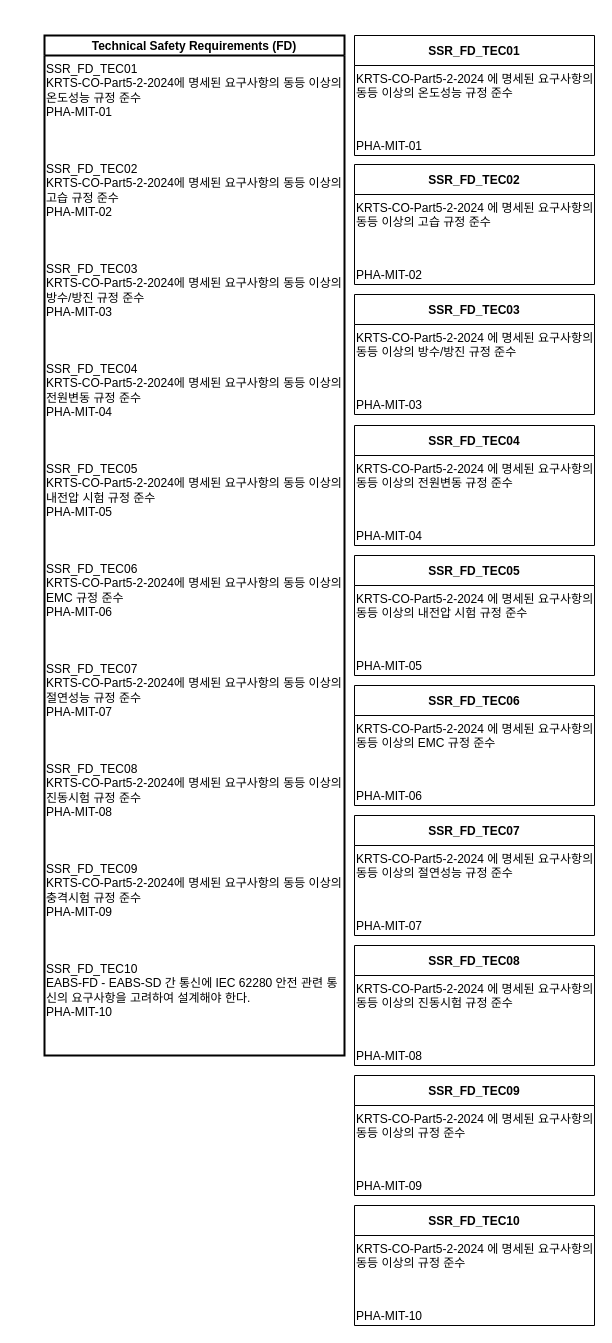
Earlier version of the draw.io diagram page "Technical Safety Requirements (FD)" (2 of 14) of EABS_SIL4/FCPU/SRS_to_Block_Diagram00.drawio (chillin2/MyDraw.io). Source tidied: cells renumbered, new cells numbered last; positions are measured from the earlier drawing's top-left corner, leaving out a move shared by most shapes. Both pictures are drawn from the tidied source at 100%, with x=0, y=0 at pixel (44, 35).
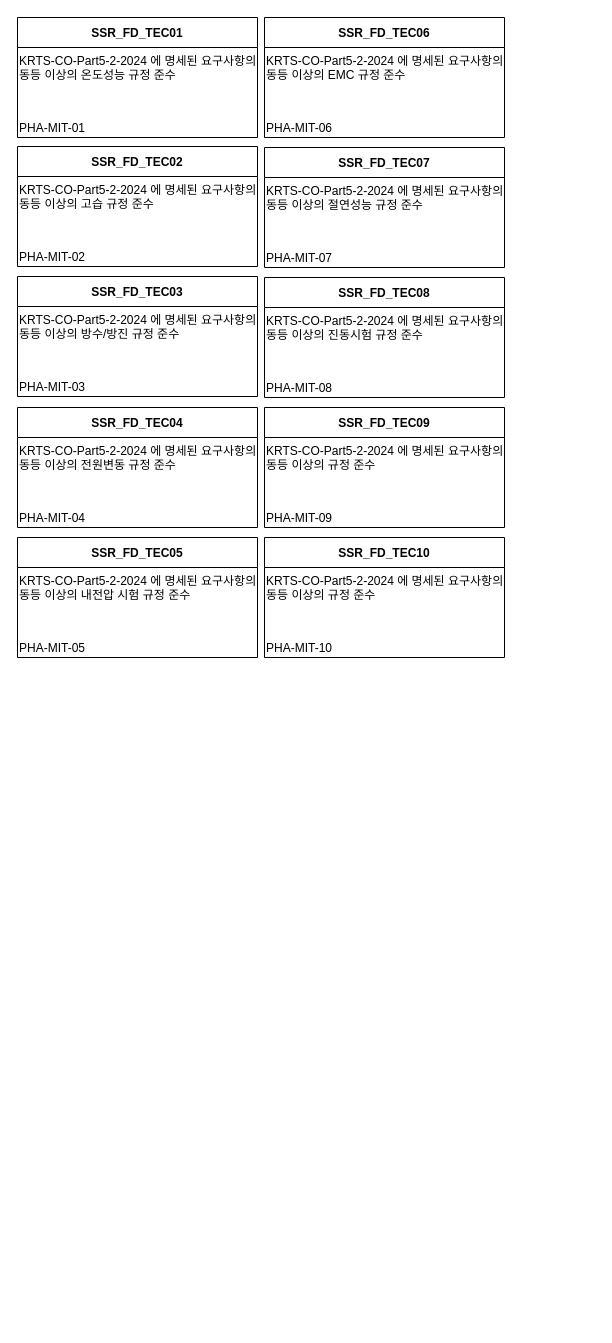
The same page after the edit.

Diff of the diagram source:
```diff
@@
-    <mxCell id="2" value="Technical Safety Requirements (FD)" style="swimlane;horizontal=1;startSize=20;strokeWidth=2;" parent="1" vertex="1">
-      <mxGeometry width="300" height="1020" as="geometry" />
-    </mxCell>
-    <mxCell id="3" value="SSR_FD_TEC01&#10;KRTS-CO-Part5-2-2024에 명세된 요구사항의 동등 이상의 온도성능 규정 준수&#10;PHA-MIT-01" style="text;strokeColor=none;fillColor=none;whiteSpace=wrap;" parent="2" vertex="1">
-      <mxGeometry y="20" width="300" height="100" as="geometry" />
-    </mxCell>
-    <mxCell id="4" value="SSR_FD_TEC02&#10;KRTS-CO-Part5-2-2024에 명세된 요구사항의 동등 이상의 고습 규정 준수&#10;PHA-MIT-02" style="text;strokeColor=none;fillColor=none;whiteSpace=wrap;" parent="2" vertex="1">
-      <mxGeometry y="120" width="300" height="100" as="geometry" />
-    </mxCell>
-    <mxCell id="5" value="SSR_FD_TEC03&#10;KRTS-CO-Part5-2-2024에 명세된 요구사항의 동등 이상의 방수/방진 규정 준수&#10;PHA-MIT-03" style="text;strokeColor=none;fillColor=none;whiteSpace=wrap;" parent="2" vertex="1">
-      <mxGeometry y="220" width="300" height="100" as="geometry" />
-    </mxCell>
-    <mxCell id="6" value="SSR_FD_TEC04&#10;KRTS-CO-Part5-2-2024에 명세된 요구사항의 동등 이상의 전원변동 규정 준수&#10;PHA-MIT-04" style="text;strokeColor=none;fillColor=none;whiteSpace=wrap;" parent="2" vertex="1">
-      <mxGeometry y="320" width="300" height="100" as="geometry" />
-    </mxCell>
-    <mxCell id="7" value="SSR_FD_TEC05&#10;KRTS-CO-Part5-2-2024에 명세된 요구사항의 동등 이상의 내전압 시험 규정 준수&#10;PHA-MIT-05" style="text;strokeColor=none;fillColor=none;whiteSpace=wrap;" parent="2" vertex="1">
-      <mxGeometry y="420" width="300" height="100" as="geometry" />
-    </mxCell>
-    <mxCell id="8" value="SSR_FD_TEC06&#10;KRTS-CO-Part5-2-2024에 명세된 요구사항의 동등 이상의 EMC 규정 준수&#10;PHA-MIT-06" style="text;strokeColor=none;fillColor=none;whiteSpace=wrap;" parent="2" vertex="1">
-      <mxGeometry y="520" width="300" height="100" as="geometry" />
-    </mxCell>
-    <mxCell id="9" value="SSR_FD_TEC07&#10;KRTS-CO-Part5-2-2024에 명세된 요구사항의 동등 이상의 절연성능 규정 준수&#10;PHA-MIT-07" style="text;strokeColor=none;fillColor=none;whiteSpace=wrap;" parent="2" vertex="1">
-      <mxGeometry y="620" width="300" height="100" as="geometry" />
-    </mxCell>
-    <mxCell id="10" value="SSR_FD_TEC08&#10;KRTS-CO-Part5-2-2024에 명세된 요구사항의 동등 이상의 진동시험 규정 준수&#10;PHA-MIT-08" style="text;strokeColor=none;fillColor=none;whiteSpace=wrap;" parent="2" vertex="1">
-      <mxGeometry y="720" width="300" height="100" as="geometry" />
-    </mxCell>
-    <mxCell id="11" value="SSR_FD_TEC09&#10;KRTS-CO-Part5-2-2024에 명세된 요구사항의 동등 이상의 충격시험 규정 준수&#10;PHA-MIT-09" style="text;strokeColor=none;fillColor=none;whiteSpace=wrap;" parent="2" vertex="1">
-      <mxGeometry y="820" width="300" height="100" as="geometry" />
-    </mxCell>
-    <mxCell id="12" value="SSR_FD_TEC10&#10;EABS-FD - EABS-SD 간 통신에 IEC 62280 안전 관련 통신의 요구사항을 고려하여 설계해야 한다.&#10;PHA-MIT-10" style="text;strokeColor=none;fillColor=none;whiteSpace=wrap;" parent="2" vertex="1">
-      <mxGeometry y="920" width="300" height="100" as="geometry" />
-    </mxCell>
     <mxCell id="13" value="SSR_FD_TEC01" style="swimlane;horizontal=1;startSize=30;" parent="1" vertex="1">
-      <mxGeometry x="310" width="240" height="120" as="geometry" />
+      <mxGeometry x="-27" y="-18" width="240" height="120" as="geometry" />
     </mxCell>
@@
     <mxCell id="16" value="SSR_FD_TEC02" style="swimlane;horizontal=1;startSize=30;" parent="1" vertex="1">
-      <mxGeometry x="310" y="129" width="240" height="120" as="geometry" />
+      <mxGeometry x="-27" y="111" width="240" height="120" as="geometry" />
     </mxCell>
@@
     <mxCell id="19" value="SSR_FD_TEC03" style="swimlane;horizontal=1;startSize=30;" parent="1" vertex="1">
-      <mxGeometry x="310" y="259" width="240" height="120" as="geometry" />
+      <mxGeometry x="-27" y="241" width="240" height="120" as="geometry" />
     </mxCell>
@@
     <mxCell id="22" value="SSR_FD_TEC04" style="swimlane;horizontal=1;startSize=30;" parent="1" vertex="1">
-      <mxGeometry x="310" y="390" width="240" height="120" as="geometry" />
+      <mxGeometry x="-27" y="372" width="240" height="120" as="geometry" />
     </mxCell>
@@
     <mxCell id="25" value="SSR_FD_TEC05" style="swimlane;horizontal=1;startSize=30;" parent="1" vertex="1">
-      <mxGeometry x="310" y="520" width="240" height="120" as="geometry" />
+      <mxGeometry x="-27" y="502" width="240" height="120" as="geometry" />
     </mxCell>
@@
     <mxCell id="28" value="SSR_FD_TEC06" style="swimlane;horizontal=1;startSize=30;" parent="1" vertex="1">
-      <mxGeometry x="310" y="650" width="240" height="120" as="geometry" />
+      <mxGeometry x="220" y="-18" width="240" height="120" as="geometry" />
     </mxCell>
@@
     <mxCell id="31" value="SSR_FD_TEC07" style="swimlane;horizontal=1;startSize=30;" parent="1" vertex="1">
-      <mxGeometry x="310" y="780" width="240" height="120" as="geometry" />
+      <mxGeometry x="220" y="112" width="240" height="120" as="geometry" />
     </mxCell>
@@
     <mxCell id="34" value="SSR_FD_TEC08" style="swimlane;horizontal=1;startSize=30;" parent="1" vertex="1">
-      <mxGeometry x="310" y="910" width="240" height="120" as="geometry" />
+      <mxGeometry x="220" y="242" width="240" height="120" as="geometry" />
     </mxCell>
@@
     <mxCell id="37" value="SSR_FD_TEC09" style="swimlane;horizontal=1;startSize=30;" parent="1" vertex="1">
-      <mxGeometry x="310" y="1040" width="240" height="120" as="geometry" />
+      <mxGeometry x="220" y="372" width="240" height="120" as="geometry" />
     </mxCell>
@@
     <mxCell id="40" value="SSR_FD_TEC10" style="swimlane;horizontal=1;startSize=30;" parent="1" vertex="1">
-      <mxGeometry x="310" y="1170" width="240" height="120" as="geometry" />
+      <mxGeometry x="220" y="502" width="240" height="120" as="geometry" />
     </mxCell>
```
